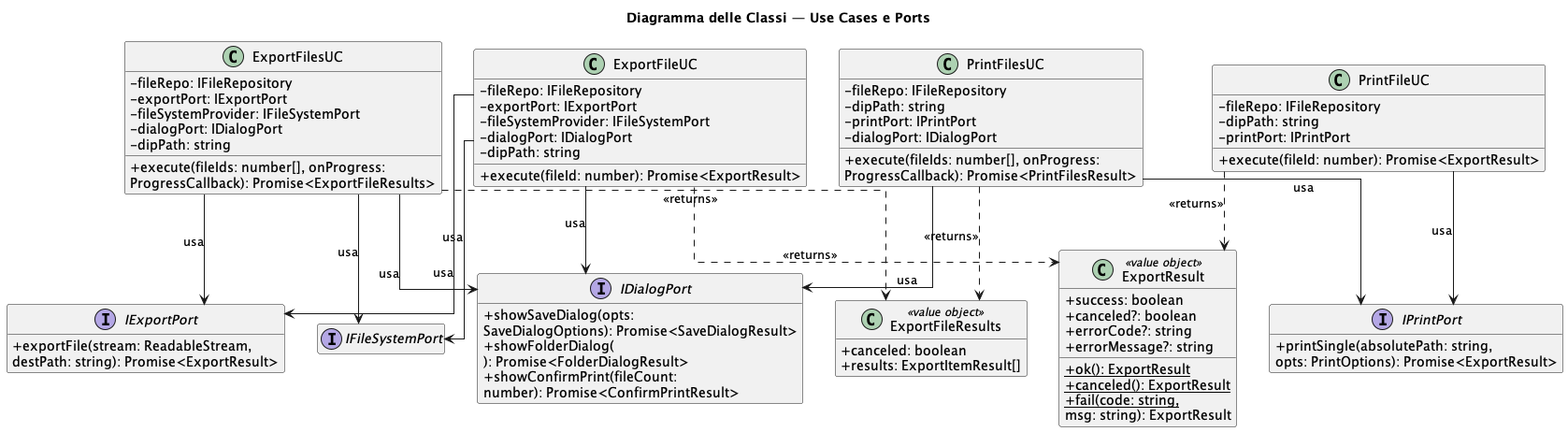
Above: out/3_PB/DocumentiEsterni/DiagrammiSpecificaTecnica/C4/C4_backend_Export/Export_IPC_Part2.png in 7-ZPUs/Docs (PlantUML), before the change.
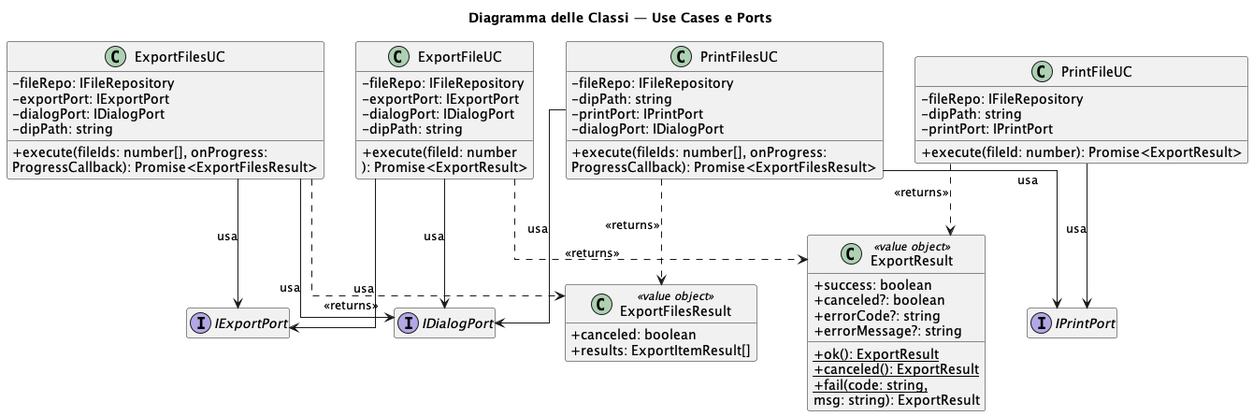
Later version of the same file.

What changed in the source:
```diff
@@ -7,19 +7,18 @@
 class ExportFileUC {
     - fileRepo: IFileRepository
     - exportPort: IExportPort
-    - fileSystemProvider: IFileSystemPort
     - dialogPort: IDialogPort
     - dipPath: string
-    + execute(fileId: number): Promise<ExportResult>
+    + execute(fileId: number
+    ): Promise<ExportResult>
 }
 class ExportFilesUC {
     - fileRepo: IFileRepository
     - exportPort: IExportPort
-    - fileSystemProvider: IFileSystemPort
     - dialogPort: IDialogPort
     - dipPath: string
     + execute(fileIds: number[], onProgress:
-     ProgressCallback): Promise<ExportFileResults>
+    ProgressCallback): Promise<ExportFilesResult>
 }
 class PrintFileUC {
     - fileRepo: IFileRepository
@@ -33,26 +32,12 @@
     - printPort: IPrintPort
     - dialogPort: IDialogPort
     + execute(fileIds: number[], onProgress:
-    ProgressCallback): Promise<PrintFilesResult>
+    ProgressCallback): Promise<ExportFilesResult>
 }
 
-interface IFileSystemPort { }
-interface IExportPort {
-    + exportFile(stream: ReadableStream,
-     destPath: string): Promise<ExportResult>
-}
-interface IPrintPort {
-    + printSingle(absolutePath: string,
-     opts: PrintOptions): Promise<ExportResult>
-}
-interface IDialogPort {
-    + showSaveDialog(opts:
-    SaveDialogOptions): Promise<SaveDialogResult>
-    + showFolderDialog(
-    ): Promise<FolderDialogResult>
-    + showConfirmPrint(fileCount:
-    number): Promise<ConfirmPrintResult>
-}
+interface IExportPort { }
+interface IPrintPort { }
+interface IDialogPort { }
 
 class ExportResult <<value object>> {
     + success: boolean
@@ -62,17 +47,15 @@
     + {static} ok(): ExportResult
     + {static} canceled(): ExportResult
     + {static} fail(code: string,
-     msg: string): ExportResult
+    msg: string): ExportResult
 }
-class ExportFileResults <<value object>> {
+class ExportFilesResult <<value object>> {
     + canceled: boolean
     + results: ExportItemResult[]
 }
 
-ExportFileUC  --> IFileSystemPort : usa
 ExportFileUC  --> IExportPort     : usa
 ExportFileUC  --> IDialogPort     : usa
-ExportFilesUC --> IFileSystemPort : usa
 ExportFilesUC --> IExportPort     : usa
 ExportFilesUC --> IDialogPort     : usa
 PrintFileUC   --> IPrintPort      : usa
@@ -80,7 +63,7 @@
 PrintFilesUC  --> IDialogPort     : usa
 
 ExportFileUC  ..> ExportResult      : <<returns>>
-ExportFilesUC ..> ExportFileResults : <<returns>>
+ExportFilesUC ..> ExportFilesResult : <<returns>>
 PrintFileUC   ..> ExportResult      : <<returns>>
-PrintFilesUC  ..> ExportFileResults  : <<returns>>
+PrintFilesUC  ..> ExportFilesResult : <<returns>>
 @enduml
```
